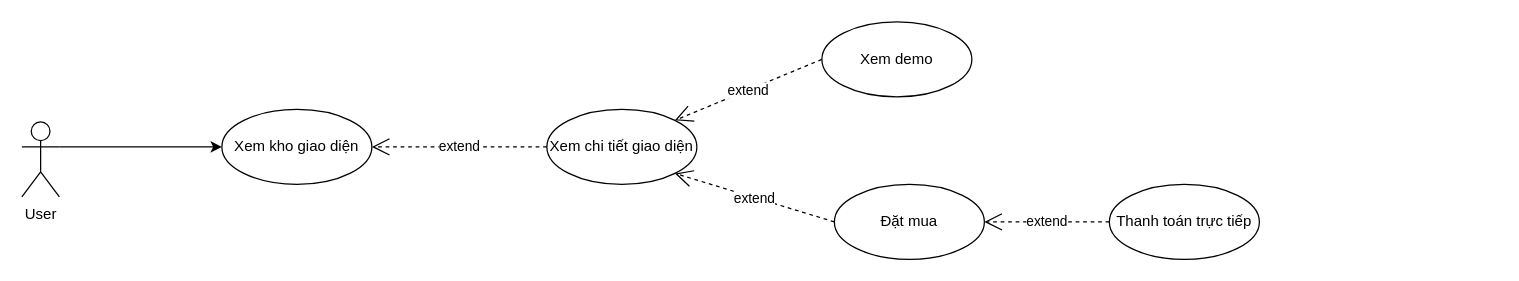
Earlier version of the draw.io diagram Untitled Diagram.drawio (manhhaihust/quan-ly-ktx-bk). Source tidied: cells renumbered, new cells numbered last; positions are measured from the earlier drawing's top-left corner, leaving out a move shared by most shapes. Both pictures are drawn from the tidied source at 125%, with x=0, y=0 at pixel (21, 21).
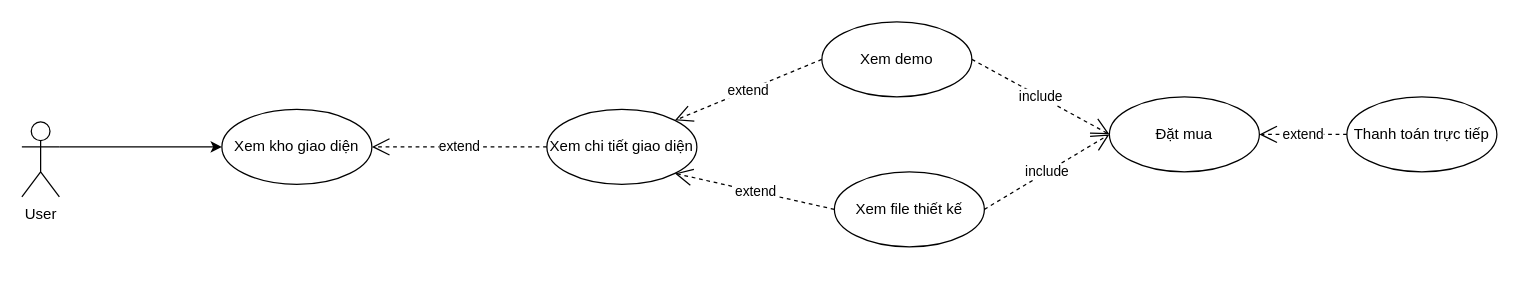
The same page after the edit.

Diff of the diagram source:
```diff
@@
 <mxGraphModel>
   <root>
     <mxCell id="0" />
     <mxCell id="1" parent="0" />
     <mxCell id="2" value="User" style="shape=umlActor;verticalLabelPosition=bottom;verticalAlign=top;html=1;outlineConnect=0;" parent="1" vertex="1">
       <mxGeometry y="80" width="30" height="60" as="geometry" />
     </mxCell>
     <mxCell id="3" value="Xem kho giao diện" style="ellipse;whiteSpace=wrap;html=1;" parent="1" vertex="1">
       <mxGeometry x="160" y="70" width="120" height="60" as="geometry" />
     </mxCell>
     <mxCell id="4" value="Xem chi tiết giao diện" style="ellipse;whiteSpace=wrap;html=1;" parent="1" vertex="1">
       <mxGeometry x="420" y="70" width="120" height="60" as="geometry" />
     </mxCell>
     <mxCell id="5" value="Xem demo" style="ellipse;whiteSpace=wrap;html=1;" parent="1" vertex="1">
       <mxGeometry x="640" width="120" height="60" as="geometry" />
     </mxCell>
     <mxCell id="6" value="Đặt mua" style="ellipse;whiteSpace=wrap;html=1;" parent="1" vertex="1">
-      <mxGeometry x="650" y="130" width="120" height="60" as="geometry" />
+      <mxGeometry x="870" y="60" width="120" height="60" as="geometry" />
     </mxCell>
     <mxCell id="7" value="Thanh toán trực tiếp" style="ellipse;whiteSpace=wrap;html=1;" parent="1" vertex="1">
-      <mxGeometry x="870" y="130" width="120" height="60" as="geometry" />
+      <mxGeometry x="1060" y="60" width="120" height="60" as="geometry" />
     </mxCell>
     <mxCell id="8" value="extend" style="endArrow=open;endSize=12;dashed=1;html=1;exitX=0;exitY=0.5;exitDx=0;exitDy=0;entryX=1;entryY=0.5;entryDx=0;entryDy=0;" parent="1" edge="1" source="4" target="3">
       <mxGeometry relative="1" as="geometry" />
     </mxCell>
     <mxCell id="9" value="extend" style="endArrow=open;endSize=12;dashed=1;html=1;exitX=0;exitY=0.5;exitDx=0;exitDy=0;entryX=1;entryY=0;entryDx=0;entryDy=0;" parent="1" edge="1" source="5" target="4">
       <mxGeometry relative="1" as="geometry" />
     </mxCell>
-    <mxCell id="10" value="extend" style="endArrow=open;endSize=12;dashed=1;html=1;exitX=0;exitY=0.5;exitDx=0;exitDy=0;entryX=1;entryY=1;entryDx=0;entryDy=0;" parent="1" edge="1" source="6" target="4">
-      <mxGeometry relative="1" as="geometry" />
-    </mxCell>
     <mxCell id="11" value="extend" style="endArrow=open;endSize=12;dashed=1;html=1;exitX=0;exitY=0.5;exitDx=0;exitDy=0;entryX=1;entryY=0.5;entryDx=0;entryDy=0;" parent="1" edge="1" source="7" target="6">
       <mxGeometry relative="1" as="geometry" />
     </mxCell>
     <mxCell id="12" style="endArrow=classic;html=1;exitX=1;exitY=0.3333333333333333;exitDx=0;exitDy=0;exitPerimeter=0;entryX=0;entryY=0.5;entryDx=0;entryDy=0;" parent="1" edge="1" source="2" target="3">
       <mxGeometry relative="1" as="geometry" />
     </mxCell>
+    <mxCell id="13" value="Xem file thiết kế" style="ellipse;whiteSpace=wrap;html=1;" parent="1" vertex="1">
+      <mxGeometry x="650" y="120" width="120" height="60" as="geometry" />
+    </mxCell>
+    <mxCell id="10" value="extend" style="endArrow=open;endSize=12;dashed=1;html=1;exitX=0;exitY=0.5;exitDx=0;exitDy=0;entryX=1;entryY=1;entryDx=0;entryDy=0;" parent="1" edge="1" source="13" target="4">
+      <mxGeometry relative="1" as="geometry" />
+    </mxCell>
+    <mxCell id="14" value="include" style="endArrow=open;endSize=12;dashed=1;html=1;exitX=1;exitY=0.5;exitDx=0;exitDy=0;entryX=0;entryY=0.5;entryDx=0;entryDy=0;" parent="1" edge="1" source="5" target="6">
+      <mxGeometry relative="1" as="geometry" />
+    </mxCell>
+    <mxCell id="15" value="include" style="endArrow=open;endSize=12;dashed=1;html=1;exitX=1;exitY=0.5;exitDx=0;exitDy=0;entryX=0;entryY=0.5;entryDx=0;entryDy=0;" parent="1" edge="1" source="13" target="6">
+      <mxGeometry relative="1" as="geometry" />
+    </mxCell>
   </root>
 </mxGraphModel>
```
